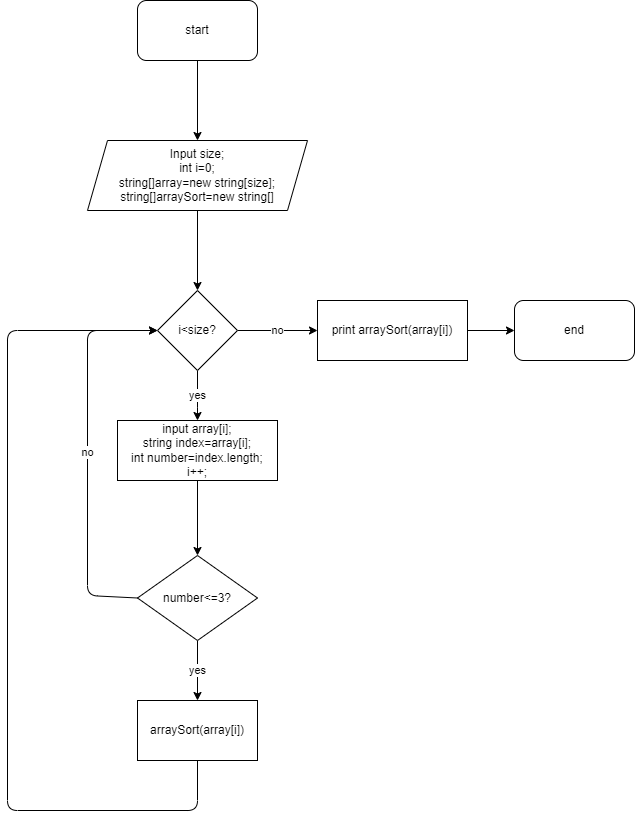
This is 1.drawio.png from Spec-75/final-test, a draw.io export, as it was before one commit. Source tidied: cells renumbered, new cells last; positions are measured from the earlier drawing's top-left corner, leaving out a move shared by most shapes.
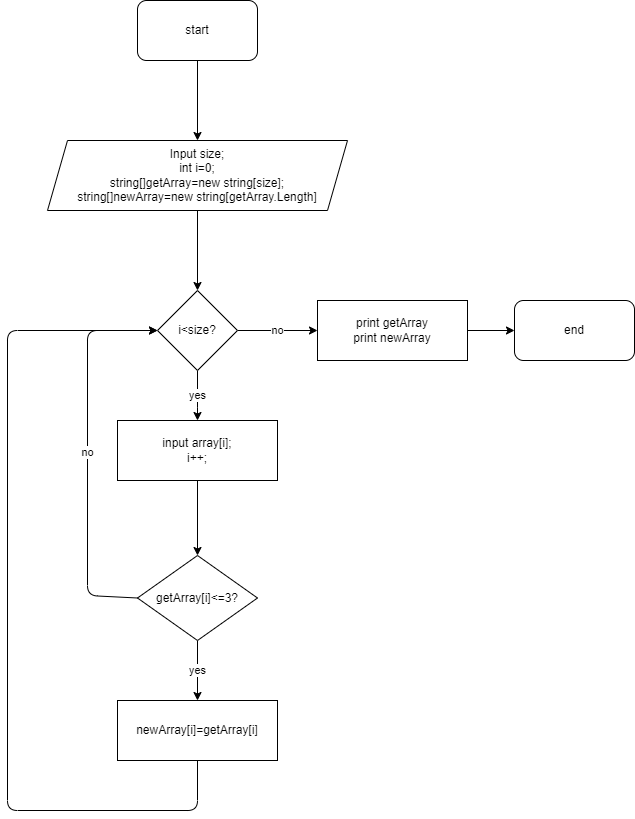
After the commit.

The edit, as a diff of the source:
```diff
@@ -10,8 +10,8 @@
     <mxCell id="3" style="edgeStyle=none;html=1;" parent="1" edge="1" source="4" target="7">
       <mxGeometry relative="1" as="geometry" />
     </mxCell>
-    <mxCell id="4" value="Input size;&lt;br&gt;int i=0;&lt;br&gt;string[]array=new string[size];&lt;br&gt;string[]arraySort=new string[]" style="shape=parallelogram;perimeter=parallelogramPerimeter;whiteSpace=wrap;html=1;fixedSize=1;" parent="1" vertex="1">
-      <mxGeometry x="80" y="140" width="220" height="70" as="geometry" />
+    <mxCell id="4" value="Input size;&lt;br&gt;int i=0;&lt;br&gt;string[]getArray=new string[size];&lt;br&gt;string[]newArray=new string[getArray.Length]" style="shape=parallelogram;perimeter=parallelogramPerimeter;whiteSpace=wrap;html=1;fixedSize=1;" parent="1" vertex="1">
+      <mxGeometry x="40" y="140" width="300" height="70" as="geometry" />
     </mxCell>
     <mxCell id="5" value="yes" style="edgeStyle=none;html=1;" parent="1" edge="1" source="7" target="10">
       <mxGeometry relative="1" as="geometry">
@@ -37,7 +37,7 @@
     <mxCell id="9" style="edgeStyle=none;html=1;" parent="1" edge="1" source="10" target="13">
       <mxGeometry relative="1" as="geometry" />
     </mxCell>
-    <mxCell id="10" value="input array[i];&lt;br&gt;string index=array[i];&lt;br&gt;int number=index.length;&lt;br&gt;i++;" style="rounded=0;whiteSpace=wrap;html=1;" parent="1" vertex="1">
+    <mxCell id="10" value="input array[i];&lt;br&gt;i++;" style="rounded=0;whiteSpace=wrap;html=1;" parent="1" vertex="1">
       <mxGeometry x="110" y="420" width="160" height="60" as="geometry" />
     </mxCell>
     <mxCell id="11" value="start" style="rounded=1;whiteSpace=wrap;html=1;" parent="1" vertex="1">
@@ -46,7 +46,7 @@
     <mxCell id="12" value="yes" style="edgeStyle=none;html=1;entryX=0.5;entryY=0;entryDx=0;entryDy=0;" parent="1" edge="1" source="13" target="15">
       <mxGeometry relative="1" as="geometry" />
     </mxCell>
-    <mxCell id="13" value="number&amp;lt;=3?" style="rhombus;whiteSpace=wrap;html=1;" parent="1" vertex="1">
+    <mxCell id="13" value="getArray[i]&amp;lt;=3?" style="rhombus;whiteSpace=wrap;html=1;" parent="1" vertex="1">
       <mxGeometry x="130" y="555" width="120" height="85" as="geometry" />
     </mxCell>
     <mxCell id="14" style="edgeStyle=none;html=1;exitX=0.5;exitY=1;exitDx=0;exitDy=0;" parent="1" edge="1" source="15">
@@ -59,13 +59,13 @@
         </Array>
       </mxGeometry>
     </mxCell>
-    <mxCell id="15" value="arraySort(array[i])" style="rounded=0;whiteSpace=wrap;html=1;" parent="1" vertex="1">
-      <mxGeometry x="130" y="700" width="120" height="60" as="geometry" />
+    <mxCell id="15" value="newArray[i]=getArray[i]" style="rounded=0;whiteSpace=wrap;html=1;" parent="1" vertex="1">
+      <mxGeometry x="110" y="700" width="160" height="60" as="geometry" />
     </mxCell>
     <mxCell id="16" style="edgeStyle=none;html=1;" parent="1" edge="1" source="17" target="18">
       <mxGeometry relative="1" as="geometry" />
     </mxCell>
-    <mxCell id="17" value="print arraySort(array[i])" style="rounded=0;whiteSpace=wrap;html=1;" parent="1" vertex="1">
+    <mxCell id="17" value="print getArray&lt;br&gt;print newArray" style="rounded=0;whiteSpace=wrap;html=1;" parent="1" vertex="1">
       <mxGeometry x="310" y="300" width="150" height="60" as="geometry" />
     </mxCell>
     <mxCell id="18" value="end" style="rounded=1;whiteSpace=wrap;html=1;" parent="1" vertex="1">
```
